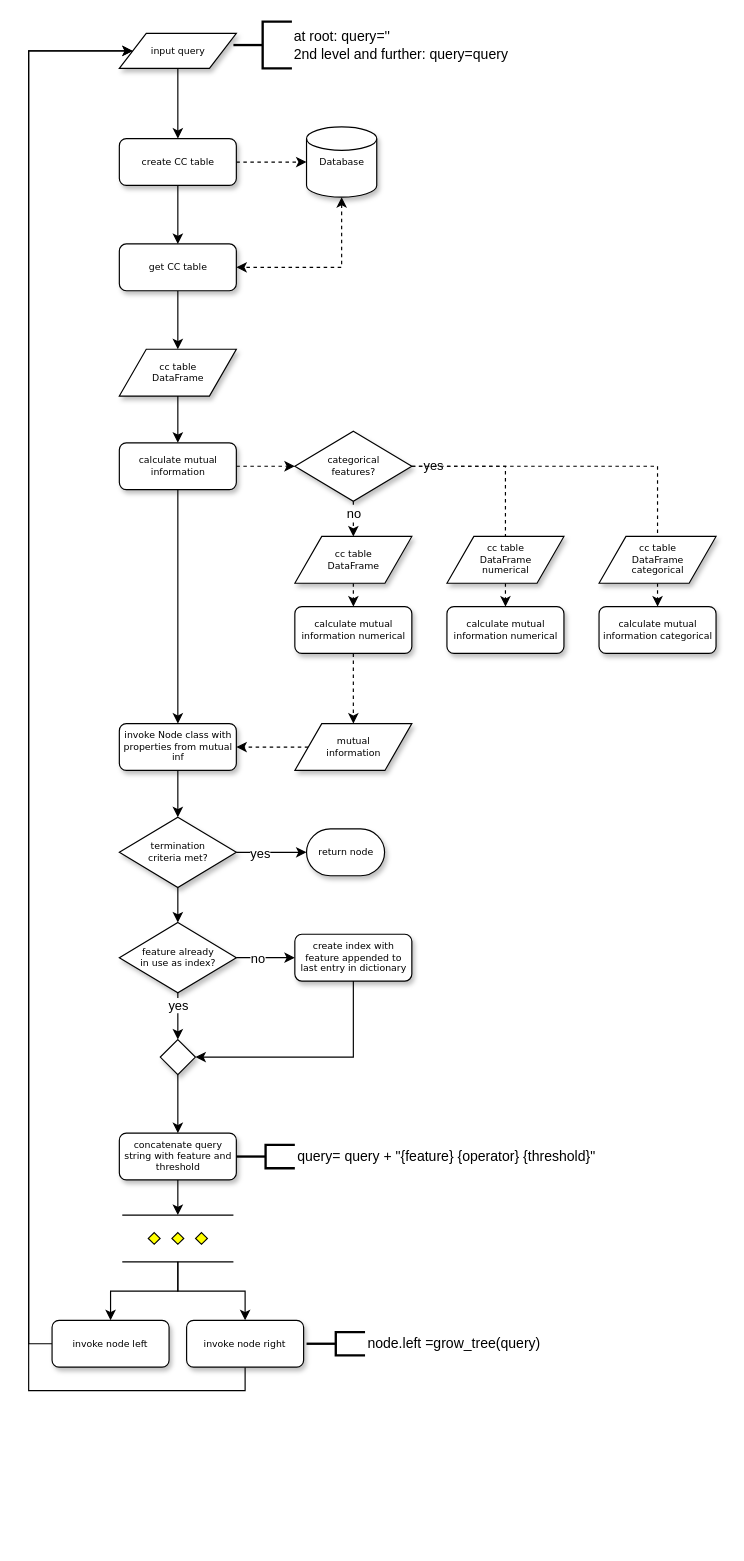
Earlier version of the draw.io diagram estimation_flowchart.drawio (becker-max/baa-structures). Source tidied: cells renumbered, new cells numbered last; positions are measured from the earlier drawing's top-left corner, leaving out a move shared by most shapes. Both pictures are drawn from the tidied source at 117%, with x=0, y=0 at pixel (28, 21).
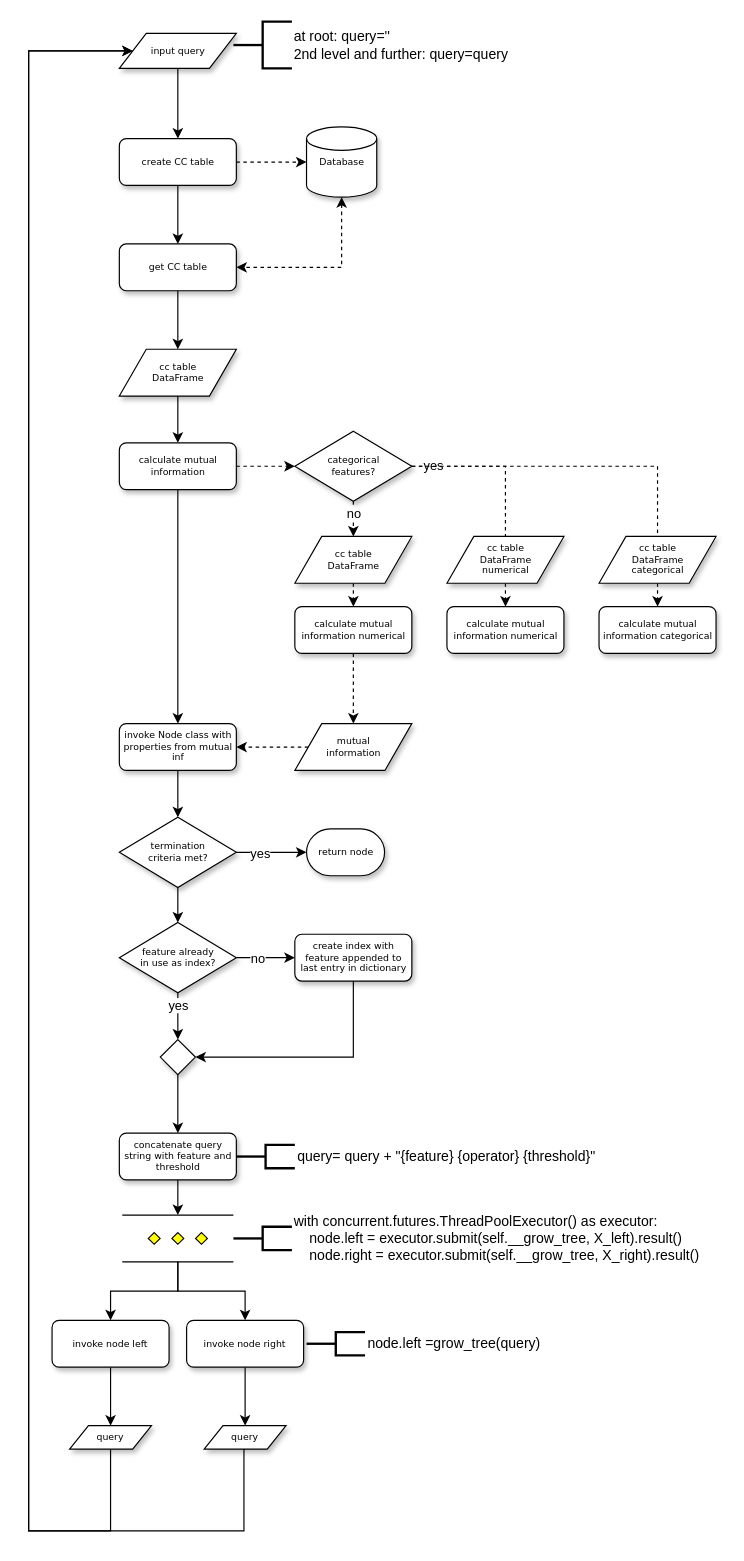
The same page after the edit.

The change refers to these unchanged cells:
```xml
<mxCell id="3" value="input query" style="shape=parallelogram;html=1;strokeWidth=1;perimeter=parallelogramPerimeter;whiteSpace=wrap;rounded=0;size=0.23;shadow=1;fontFamily=Verdana;fontSize=8;" parent="1" vertex="1">
  <mxGeometry x="77.5" y="10" width="100" height="30" as="geometry" />
</mxCell>
<mxCell id="55" value="invoke node right" style="rounded=1;whiteSpace=wrap;html=1;shadow=1;labelBackgroundColor=none;strokeWidth=1;fontFamily=Verdana;fontSize=8;align=center;" parent="1" vertex="1">
  <mxGeometry x="135" y="1110" width="100" height="40" as="geometry" />
</mxCell>
<mxCell id="60" value="invoke node left" style="rounded=1;whiteSpace=wrap;html=1;shadow=1;labelBackgroundColor=none;strokeWidth=1;fontFamily=Verdana;fontSize=8;align=center;" parent="1" vertex="1">
  <mxGeometry x="20" y="1110" width="100" height="40" as="geometry" />
</mxCell>
```

Change to the diagram source:
```diff
@@
-    <mxCell id="54" style="edgeStyle=orthogonalEdgeStyle;rounded=0;jettySize=auto;html=1;exitX=0.5;exitY=1;exitDx=0;exitDy=0;entryX=0;entryY=0.5;entryDx=0;entryDy=0;startArrow=none;startFill=0;" parent="1" edge="1" source="55" target="3">
+    <mxCell id="54" style="edgeStyle=orthogonalEdgeStyle;rounded=0;jettySize=auto;html=1;exitX=0.5;exitY=1;exitDx=0;exitDy=0;entryX=0;entryY=0.5;entryDx=0;entryDy=0;startArrow=none;startFill=0;" parent="1" edge="1" source="65" target="3">
       <mxGeometry relative="1" as="geometry">
         <Array as="points">
-          <mxPoint x="185" y="1170" />
-          <mxPoint y="1170" />
+          <mxPoint x="184" y="1220" />
+          <mxPoint x="184" y="1290" />
+          <mxPoint y="1290" />
           <mxPoint y="25" />
         </Array>
       </mxGeometry>
     </mxCell>
+    <mxCell id="62" style="edgeStyle=orthogonalEdgeStyle;rounded=0;jettySize=auto;html=1;exitX=0.5;exitY=1;exitDx=0;exitDy=0;entryX=0.5;entryY=0;entryDx=0;entryDy=0;startArrow=none;startFill=0;" parent="1" edge="1" source="55" target="65">
+      <mxGeometry relative="1" as="geometry" />
+    </mxCell>
@@
-    <mxCell id="59" style="edgeStyle=orthogonalEdgeStyle;rounded=0;jettySize=auto;html=1;exitX=0;exitY=0.5;exitDx=0;exitDy=0;entryX=0;entryY=0.5;entryDx=0;entryDy=0;startArrow=none;startFill=0;" parent="1" edge="1" source="60" target="3">
+    <mxCell id="59" style="edgeStyle=orthogonalEdgeStyle;rounded=0;jettySize=auto;html=1;exitX=0.5;exitY=1;exitDx=0;exitDy=0;entryX=0;entryY=0.5;entryDx=0;entryDy=0;startArrow=none;startFill=0;" parent="1" edge="1" source="64" target="3">
       <mxGeometry relative="1" as="geometry">
         <Array as="points">
-          <mxPoint y="1130" />
+          <mxPoint x="70" y="1290" />
+          <mxPoint y="1290" />
           <mxPoint y="25" />
         </Array>
       </mxGeometry>
     </mxCell>
+    <mxCell id="63" style="edgeStyle=orthogonalEdgeStyle;rounded=0;jettySize=auto;html=1;exitX=0.5;exitY=1;exitDx=0;exitDy=0;entryX=0.5;entryY=0;entryDx=0;entryDy=0;startArrow=none;startFill=0;" parent="1" edge="1" source="60" target="64">
+      <mxGeometry relative="1" as="geometry" />
+    </mxCell>
@@
+    <mxCell id="64" value="query" style="shape=parallelogram;html=1;strokeWidth=1;perimeter=parallelogramPerimeter;whiteSpace=wrap;rounded=0;size=0.23;shadow=1;fontFamily=Verdana;fontSize=8;" parent="1" vertex="1">
+      <mxGeometry x="35" y="1200" width="70" height="20" as="geometry" />
+    </mxCell>
+    <mxCell id="65" value="query" style="shape=parallelogram;html=1;strokeWidth=1;perimeter=parallelogramPerimeter;whiteSpace=wrap;rounded=0;size=0.23;shadow=1;fontFamily=Verdana;fontSize=8;" parent="1" vertex="1">
+      <mxGeometry x="150" y="1200" width="70" height="20" as="geometry" />
+    </mxCell>
+    <mxCell id="66" value="with concurrent.futures.ThreadPoolExecutor() as executor:&lt;br&gt;&amp;nbsp;&amp;nbsp; &amp;nbsp;node.left = executor.submit(self.__grow_tree, X_left).result()&lt;br&gt;&amp;nbsp;&amp;nbsp; &amp;nbsp;node.right = executor.submit(self.__grow_tree, X_right).result()" style="strokeWidth=2;html=1;shape=mxgraph.flowchart.annotation_2;align=left;labelPosition=right;" parent="1" vertex="1">
+      <mxGeometry x="175" y="1030" width="50" height="20" as="geometry" />
+    </mxCell>
```
